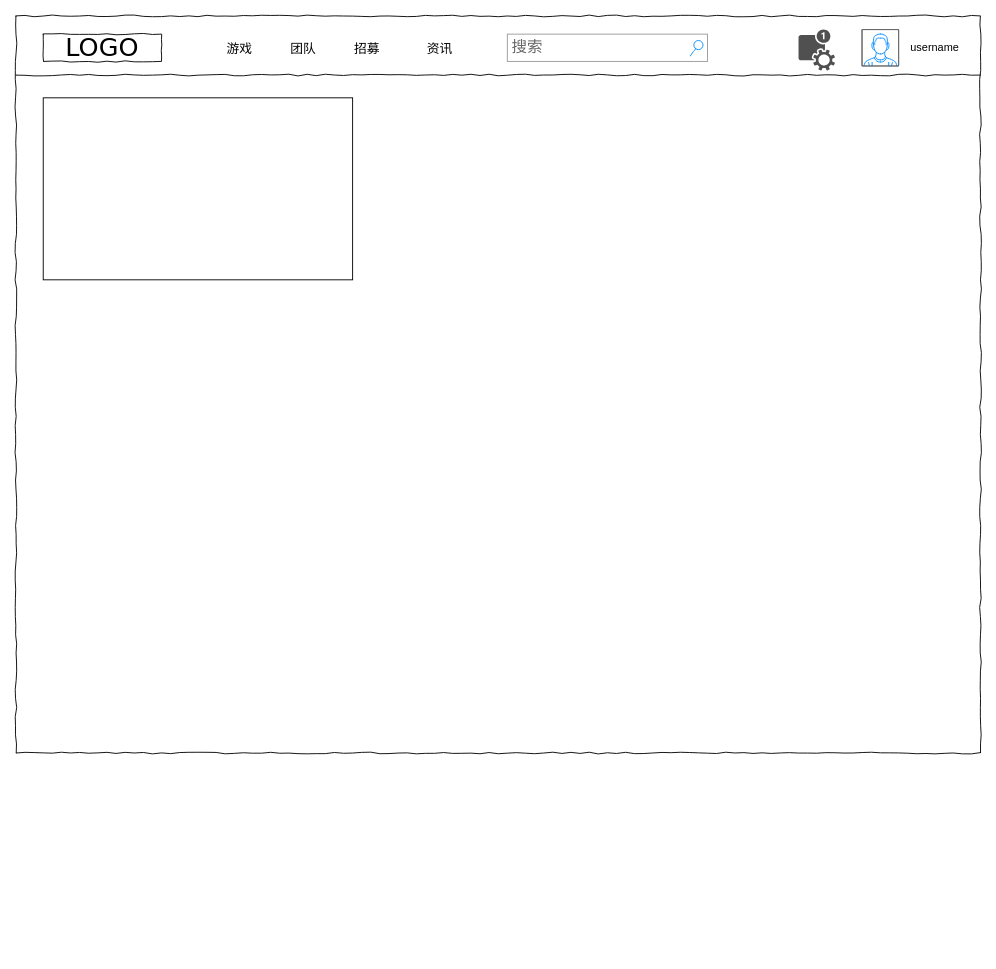
This is page "Home page" (3 of 5) of gamer.drawio from goldmine/base, a draw.io file, before an edit. Source tidied: cells renumbered, new cells numbered last; positions are measured from the earlier drawing's top-left corner, leaving out a move shared by most shapes. Both pictures are drawn from the tidied source at 91%, with x=0, y=0 at pixel (15, 15).
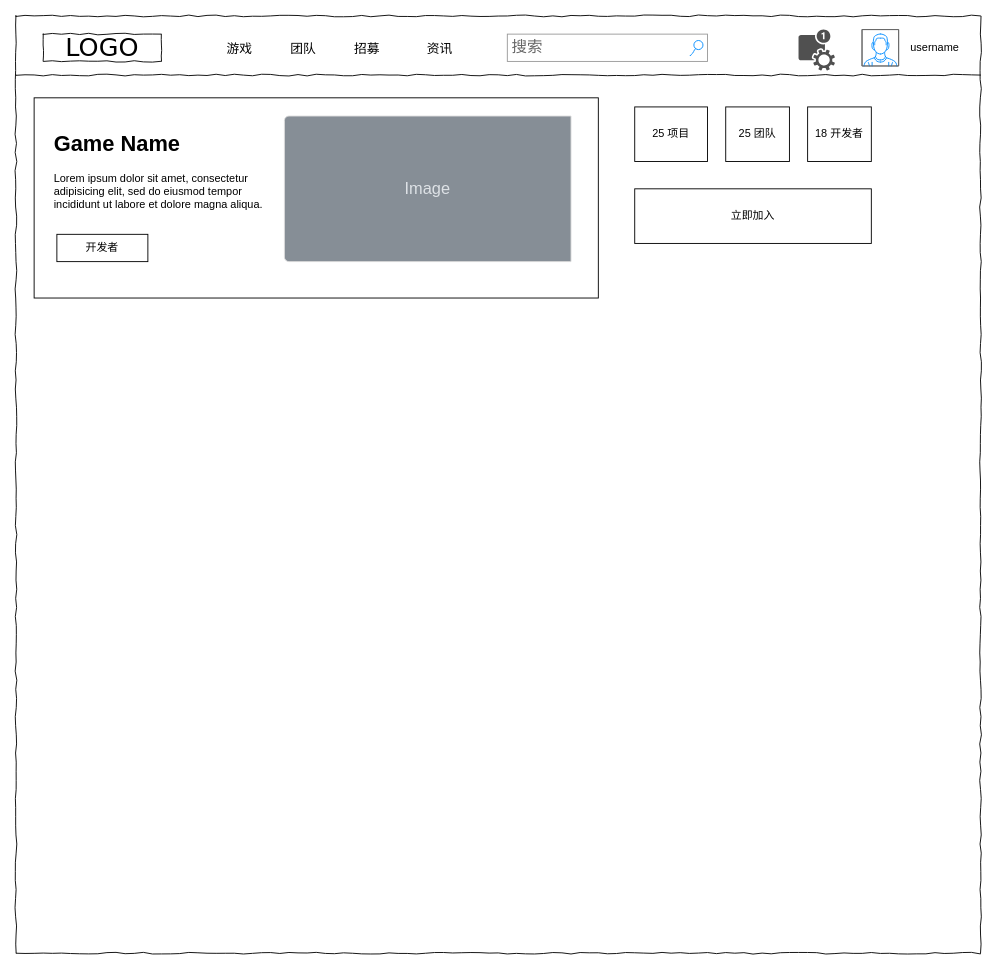
After the change.

What changed in the source:
```diff
@@
     <mxCell id="2" style="whiteSpace=wrap;html=1;rounded=0;shadow=0;labelBackgroundColor=none;strokeColor=#000000;strokeWidth=1;fillColor=none;fontFamily=Verdana;fontSize=12;fontColor=#000000;align=center;comic=1;" parent="1" vertex="1">
-      <mxGeometry width="1060" height="810" as="geometry" />
+      <mxGeometry width="1060" height="1030" as="geometry" />
     </mxCell>
@@
-    <mxCell id="13" style="rounded=0;whiteSpace=wrap;html=1;" parent="1" vertex="1">
-      <mxGeometry x="30" y="90" width="340" height="200" as="geometry" />
-    </mxCell>
+    <mxCell id="14" value="25 项目" style="rounded=0;whiteSpace=wrap;html=1;" parent="1" vertex="1">
+      <mxGeometry x="680" y="100" width="80" height="60" as="geometry" />
+    </mxCell>
+    <mxCell id="15" value="25 团队" style="rounded=0;whiteSpace=wrap;html=1;" parent="1" vertex="1">
+      <mxGeometry x="780" y="100" width="70" height="60" as="geometry" />
+    </mxCell>
+    <mxCell id="16" value="18 开发者" style="rounded=0;whiteSpace=wrap;html=1;" parent="1" vertex="1">
+      <mxGeometry x="870" y="100" width="70" height="60" as="geometry" />
+    </mxCell>
+    <mxCell id="17" style="rounded=0;whiteSpace=wrap;html=1;" parent="1" vertex="1">
+      <mxGeometry x="20" y="90" width="620" height="220" as="geometry" />
+    </mxCell>
+    <mxCell id="18" value="开发者" style="rounded=0;whiteSpace=wrap;html=1;" parent="1" vertex="1">
+      <mxGeometry x="45" y="240" width="100" height="30" as="geometry" />
+    </mxCell>
+    <mxCell id="19" value="&lt;h1 style=&quot;margin-top: 0px;&quot;&gt;Game Name&lt;/h1&gt;&lt;p&gt;Lorem ipsum dolor sit amet, consectetur adipisicing elit, sed do eiusmod tempor incididunt ut labore et dolore magna aliqua.&lt;/p&gt;" style="text;html=1;whiteSpace=wrap;overflow=hidden;rounded=0;" parent="1" vertex="1">
+      <mxGeometry x="40" y="120" width="240" height="120" as="geometry" />
+    </mxCell>
+    <mxCell id="20" value="Image" style="html=1;shadow=0;dashed=0;shape=mxgraph.bootstrap.leftButton;rSize=5;perimeter=none;whiteSpace=wrap;fillColor=#868E96;strokeColor=#DFDFDF;fontColor=#DEE2E6;fontSize=18;" parent="1" vertex="1">
+      <mxGeometry x="295" y="110" width="315" height="160" as="geometry" />
+    </mxCell>
+    <mxCell id="21" value="立即加入" style="rounded=0;whiteSpace=wrap;html=1;" parent="1" vertex="1">
+      <mxGeometry x="680" y="190" width="260" height="60" as="geometry" />
+    </mxCell>
```
